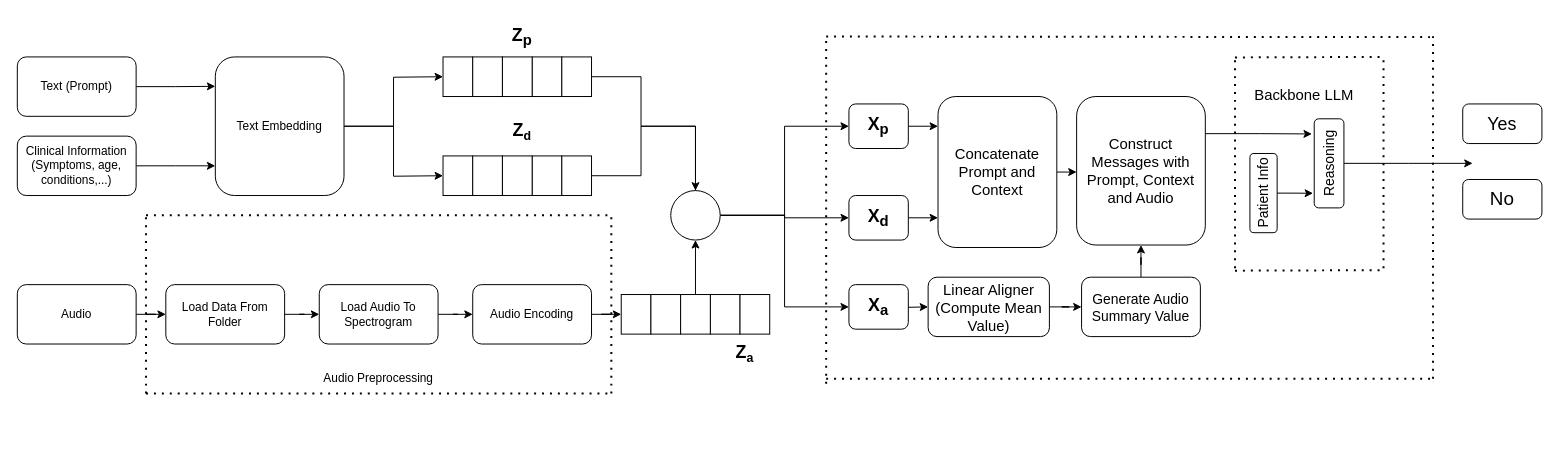
Mancupfire/Audio_in_LLM keeps this draw.io diagram as Untitled Diagram.drawio. Above is the earlier version. Source tidied: cells renumbered, new cells numbered last; positions are measured from the earlier drawing's top-left corner, leaving out a move shared by most shapes. Both pictures are drawn from the tidied source at 99%, with x=0, y=0 at pixel (17, 17).
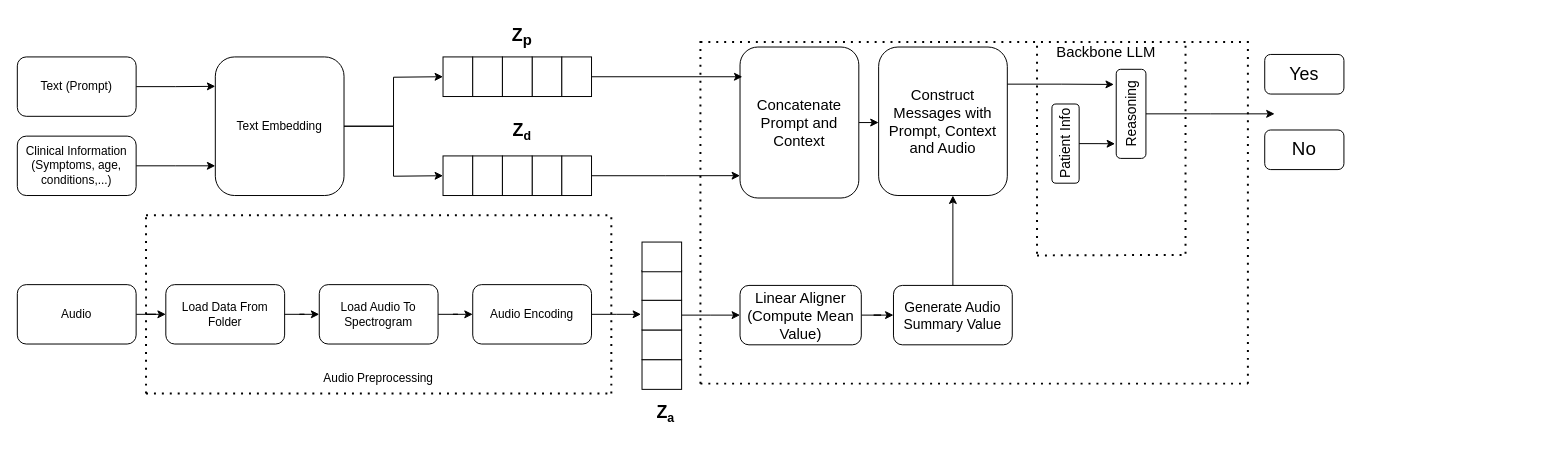
The same page after the edit.

The change refers to these unchanged cells:
```xml
<mxCell id="16" value="Audio Encoding" style="rounded=1;whiteSpace=wrap;html=1;" parent="1" vertex="1">
  <mxGeometry x="460" y="270" width="120" height="60" as="geometry" />
</mxCell>
<mxCell id="27" style="rounded=0;whiteSpace=wrap;html=1;" parent="1" vertex="1">
  <mxGeometry x="550" y="40" width="30" height="40" as="geometry" />
</mxCell>
<mxCell id="33" style="rounded=0;whiteSpace=wrap;html=1;" parent="1" vertex="1">
  <mxGeometry x="550" y="140" width="30" height="40" as="geometry" />
</mxCell>
```

The edit, as a diff of the source:
```diff
@@
-    <mxCell id="15" style="edgeStyle=orthogonalEdgeStyle;rounded=0;jettySize=auto;html=1;entryX=0;entryY=0.5;entryDx=0;entryDy=0;" parent="1" edge="1" source="16" target="34">
-      <mxGeometry relative="1" as="geometry" />
-    </mxCell>
+    <mxCell id="76" style="edgeStyle=orthogonalEdgeStyle;rounded=0;jettySize=auto;html=1;" parent="1" edge="1" source="16">
+      <mxGeometry relative="1" as="geometry">
+        <mxPoint x="630" y="300" as="targetPoint" />
+      </mxGeometry>
+    </mxCell>
@@
-    <mxCell id="18" style="endArrow=none;dashed=1;html=1;dashPattern=1 3;strokeWidth=2;rounded=0;" parent="1" edge="1">
-      <mxGeometry relative="1" as="geometry">
-        <mxPoint x="600" y="380" as="sourcePoint" />
-        <mxPoint x="600" y="200" as="targetPoint" />
-      </mxGeometry>
-    </mxCell>
@@
-    <mxCell id="26" style="edgeStyle=orthogonalEdgeStyle;rounded=0;jettySize=auto;html=1;entryX=0.083;entryY=0.221;entryDx=0;entryDy=0;entryPerimeter=0;" parent="1" edge="1" source="27" target="43">
-      <mxGeometry relative="1" as="geometry">
-        <Array as="points">
-          <mxPoint x="630" y="60" />
-          <mxPoint x="630" y="110" />
-          <mxPoint x="685" y="110" />
-          <mxPoint x="685" y="186" />
-        </Array>
-      </mxGeometry>
-    </mxCell>
@@
-    <mxCell id="32" style="edgeStyle=orthogonalEdgeStyle;rounded=0;jettySize=auto;html=1;" parent="1" edge="1" source="33" target="43">
-      <mxGeometry relative="1" as="geometry">
-        <Array as="points">
-          <mxPoint x="630" y="160" />
-          <mxPoint x="630" y="110" />
-          <mxPoint x="685" y="110" />
-        </Array>
-      </mxGeometry>
-    </mxCell>
@@
-    <mxCell id="34" style="rounded=0;whiteSpace=wrap;html=1;" parent="1" vertex="1">
-      <mxGeometry x="610" y="280" width="30" height="40" as="geometry" />
+    <mxCell id="34" style="rounded=0;whiteSpace=wrap;html=1;rotation=-90;" parent="1" vertex="1">
+      <mxGeometry x="636" y="340.8" width="30" height="40" as="geometry" />
     </mxCell>
-    <mxCell id="35" style="rounded=0;whiteSpace=wrap;html=1;" parent="1" vertex="1">
-      <mxGeometry x="640" y="280" width="30" height="40" as="geometry" />
-    </mxCell>
-    <mxCell id="36" style="rounded=0;whiteSpace=wrap;html=1;" parent="1" vertex="1">
-      <mxGeometry x="700" y="280" width="30" height="40" as="geometry" />
-    </mxCell>
-    <mxCell id="37" style="edgeStyle=orthogonalEdgeStyle;rounded=0;jettySize=auto;html=1;" parent="1" edge="1" source="38" target="43">
-      <mxGeometry relative="1" as="geometry" />
-    </mxCell>
-    <mxCell id="38" style="rounded=0;whiteSpace=wrap;html=1;" parent="1" vertex="1">
-      <mxGeometry x="670" y="280" width="30" height="40" as="geometry" />
-    </mxCell>
-    <mxCell id="39" style="rounded=0;whiteSpace=wrap;html=1;" parent="1" vertex="1">
-      <mxGeometry x="730" y="280" width="30" height="40" as="geometry" />
-    </mxCell>
-    <mxCell id="40" style="edgeStyle=orthogonalEdgeStyle;rounded=0;jettySize=auto;html=1;entryX=0;entryY=0.5;entryDx=0;entryDy=0;" parent="1" edge="1" source="43" target="55">
-      <mxGeometry relative="1" as="geometry" />
-    </mxCell>
-    <mxCell id="41" style="edgeStyle=orthogonalEdgeStyle;rounded=0;jettySize=auto;html=1;entryX=0;entryY=0.5;entryDx=0;entryDy=0;" parent="1" edge="1" source="43" target="51">
-      <mxGeometry relative="1" as="geometry" />
-    </mxCell>
-    <mxCell id="42" style="edgeStyle=orthogonalEdgeStyle;rounded=0;jettySize=auto;html=1;entryX=0;entryY=0.5;entryDx=0;entryDy=0;" parent="1" edge="1" source="43" target="53">
-      <mxGeometry relative="1" as="geometry" />
-    </mxCell>
-    <mxCell id="43" style="ellipse;whiteSpace=wrap;html=1;" parent="1" vertex="1">
-      <mxGeometry x="660" y="175" width="50" height="50" as="geometry" />
-    </mxCell>
@@
-    <mxCell id="45" value="&lt;b&gt;&lt;font style=&quot;font-size: 18px;&quot;&gt;Z&lt;/font&gt;&lt;font style=&quot;font-size: 15px;&quot;&gt;&lt;sub&gt;a&lt;/sub&gt;&lt;/font&gt;&lt;/b&gt;" style="text;html=1;align=center;verticalAlign=middle;whiteSpace=wrap;rounded=0;" parent="1" vertex="1">
-      <mxGeometry x="700" y="320" width="70" height="40" as="geometry" />
+    <mxCell id="45" value="&lt;b&gt;&lt;font style=&quot;font-size: 18px;&quot;&gt;Z&lt;/font&gt;&lt;font style=&quot;font-size: 15px;&quot;&gt;&lt;sub&gt;a&lt;/sub&gt;&lt;/font&gt;&lt;/b&gt;" style="text;html=1;align=center;verticalAlign=middle;whiteSpace=wrap;rounded=0;rotation=0;" parent="1" vertex="1">
+      <mxGeometry x="620" y="380" width="70" height="40" as="geometry" />
     </mxCell>
@@
     <mxCell id="47" style="endArrow=none;dashed=1;html=1;dashPattern=1 3;strokeWidth=2;rounded=0;" parent="1" edge="1">
       <mxGeometry relative="1" as="geometry">
-        <mxPoint x="817" y="365" as="sourcePoint" />
-        <mxPoint x="1430" y="365" as="targetPoint" />
+        <mxPoint x="690" y="370" as="sourcePoint" />
+        <mxPoint x="1243" y="370" as="targetPoint" />
       </mxGeometry>
     </mxCell>
     <mxCell id="48" style="endArrow=none;dashed=1;html=1;dashPattern=1 3;strokeWidth=2;rounded=0;" parent="1" edge="1">
       <mxGeometry relative="1" as="geometry">
-        <mxPoint x="817" y="370" as="sourcePoint" />
-        <mxPoint x="817" y="20" as="targetPoint" />
+        <mxPoint x="690" y="370" as="sourcePoint" />
+        <mxPoint x="690" y="20" as="targetPoint" />
       </mxGeometry>
     </mxCell>
     <mxCell id="49" style="endArrow=none;dashed=1;html=1;dashPattern=1 3;strokeWidth=2;rounded=0;" parent="1" edge="1">
       <mxGeometry relative="1" as="geometry">
-        <mxPoint x="817" y="19.4" as="sourcePoint" />
-        <mxPoint x="1430" y="20" as="targetPoint" />
+        <mxPoint x="690" y="25" as="sourcePoint" />
+        <mxPoint x="1243" y="25" as="targetPoint" />
       </mxGeometry>
     </mxCell>
-    <mxCell id="50" style="edgeStyle=orthogonalEdgeStyle;rounded=0;jettySize=auto;html=1;exitX=1;exitY=0.5;exitDx=0;exitDy=0;" parent="1" edge="1" source="51">
-      <mxGeometry relative="1" as="geometry">
-        <mxPoint x="930" y="203" as="targetPoint" />
-      </mxGeometry>
-    </mxCell>
-    <mxCell id="51" value="&lt;b&gt;&lt;font style=&quot;font-size: 18px;&quot;&gt;X&lt;sub style=&quot;&quot;&gt;d&lt;/sub&gt;&lt;/font&gt;&lt;/b&gt;" style="rounded=1;whiteSpace=wrap;html=1;" parent="1" vertex="1">
-      <mxGeometry x="840" y="180" width="60" height="45" as="geometry" />
-    </mxCell>
-    <mxCell id="52" style="edgeStyle=orthogonalEdgeStyle;rounded=0;jettySize=auto;html=1;" parent="1" edge="1" source="53">
-      <mxGeometry relative="1" as="geometry">
-        <mxPoint x="930" y="110" as="targetPoint" />
-      </mxGeometry>
-    </mxCell>
-    <mxCell id="53" value="&lt;b&gt;&lt;font style=&quot;font-size: 18px;&quot;&gt;X&lt;sub style=&quot;&quot;&gt;p&lt;/sub&gt;&lt;/font&gt;&lt;/b&gt;" style="rounded=1;whiteSpace=wrap;html=1;" parent="1" vertex="1">
-      <mxGeometry x="840" y="87.5" width="60" height="45" as="geometry" />
-    </mxCell>
-    <mxCell id="54" style="edgeStyle=orthogonalEdgeStyle;rounded=0;jettySize=auto;html=1;entryX=0;entryY=0.5;entryDx=0;entryDy=0;" parent="1" edge="1" target="57">
-      <mxGeometry relative="1" as="geometry">
-        <mxPoint x="870" y="292.5" as="sourcePoint" />
-      </mxGeometry>
-    </mxCell>
-    <mxCell id="55" value="&lt;b&gt;&lt;font style=&quot;font-size: 18px;&quot;&gt;X&lt;sub style=&quot;&quot;&gt;a&lt;/sub&gt;&lt;/font&gt;&lt;/b&gt;" style="rounded=1;whiteSpace=wrap;html=1;" parent="1" vertex="1">
-      <mxGeometry x="840" y="270" width="60" height="45" as="geometry" />
-    </mxCell>
@@
     <mxCell id="57" value="&lt;font style=&quot;font-size: 15px;&quot;&gt;Linear Aligner&lt;/font&gt;&lt;div&gt;&lt;font style=&quot;font-size: 15px;&quot;&gt;(Compute Mean Value)&lt;/font&gt;&lt;/div&gt;" style="rounded=1;whiteSpace=wrap;html=1;" parent="1" vertex="1">
-      <mxGeometry x="920" y="262.5" width="122.5" height="60" as="geometry" />
+      <mxGeometry x="730" y="270.8" width="122.5" height="60" as="geometry" />
     </mxCell>
-    <mxCell id="58" style="edgeStyle=orthogonalEdgeStyle;rounded=0;jettySize=auto;html=1;entryX=0.5;entryY=1;entryDx=0;entryDy=0;" parent="1" edge="1" source="59" target="62">
-      <mxGeometry relative="1" as="geometry" />
-    </mxCell>
     <mxCell id="59" value="&lt;span style=&quot;font-size: 14px;&quot;&gt;Generate Audio Summary Value&lt;/span&gt;" style="rounded=1;whiteSpace=wrap;html=1;" parent="1" vertex="1">
-      <mxGeometry x="1075" y="262.5" width="120" height="60" as="geometry" />
+      <mxGeometry x="885" y="270.8" width="120" height="60" as="geometry" />
     </mxCell>
     <mxCell id="60" style="edgeStyle=orthogonalEdgeStyle;rounded=0;jettySize=auto;html=1;" parent="1" edge="1" source="61">
       <mxGeometry relative="1" as="geometry">
-        <mxPoint x="1070" y="156.2" as="targetPoint" />
+        <mxPoint x="870" y="106.2" as="targetPoint" />
       </mxGeometry>
     </mxCell>
     <mxCell id="61" value="&lt;font style=&quot;font-size: 15px;&quot;&gt;Concatenate Prompt and Context&lt;/font&gt;" style="rounded=1;whiteSpace=wrap;html=1;" parent="1" vertex="1">
-      <mxGeometry x="930" y="80" width="120" height="152.5" as="geometry" />
+      <mxGeometry x="730" y="30" width="120" height="152.5" as="geometry" />
     </mxCell>
     <mxCell id="62" value="&lt;font style=&quot;font-size: 15px;&quot;&gt;Construct Messages with Prompt, Context and Audio&lt;/font&gt;" style="rounded=1;whiteSpace=wrap;html=1;" parent="1" vertex="1">
-      <mxGeometry x="1070" y="80" width="130" height="150" as="geometry" />
+      <mxGeometry x="870" y="30" width="130" height="150" as="geometry" />
     </mxCell>
     <mxCell id="63" style="edgeStyle=orthogonalEdgeStyle;rounded=0;jettySize=auto;html=1;" parent="1" edge="1" source="64">
       <mxGeometry relative="1" as="geometry">
-        <mxPoint x="1470" y="147.5" as="targetPoint" />
+        <mxPoint x="1270" y="97.5" as="targetPoint" />
       </mxGeometry>
     </mxCell>
     <mxCell id="64" value="&lt;font style=&quot;font-size: 14px;&quot;&gt;Reasoning&lt;/font&gt;" style="rounded=1;whiteSpace=wrap;html=1;rotation=-90;" parent="1" vertex="1">
-      <mxGeometry x="1280" y="132.5" width="90" height="30" as="geometry" />
+      <mxGeometry x="1080" y="82.5" width="90" height="30" as="geometry" />
     </mxCell>
     <mxCell id="65" value="&lt;font style=&quot;font-size: 15px;&quot;&gt;Backbone LLM&lt;/font&gt;" style="text;html=1;align=center;verticalAlign=middle;whiteSpace=wrap;rounded=0;" parent="1" vertex="1">
-      <mxGeometry x="1240" y="63.4" width="120" height="30" as="geometry" />
+      <mxGeometry x="1040" y="20" width="120" height="30" as="geometry" />
     </mxCell>
     <mxCell id="66" value="&lt;font style=&quot;font-size: 14px;&quot;&gt;Patient Info&lt;/font&gt;" style="rounded=1;whiteSpace=wrap;html=1;rotation=-90;" parent="1" vertex="1">
-      <mxGeometry x="1218.8" y="163.8" width="80" height="27.5" as="geometry" />
+      <mxGeometry x="1018.8" y="113.8" width="80" height="27.5" as="geometry" />
     </mxCell>
     <mxCell id="67" style="endArrow=none;dashed=1;html=1;dashPattern=1 3;strokeWidth=2;rounded=0;" parent="1" edge="1">
       <mxGeometry relative="1" as="geometry">
-        <mxPoint x="1230" y="253.4" as="sourcePoint" />
-        <mxPoint x="1230" y="43.4" as="targetPoint" />
+        <mxPoint x="1030" y="238.8" as="sourcePoint" />
+        <mxPoint x="1030" y="28.8" as="targetPoint" />
       </mxGeometry>
     </mxCell>
     <mxCell id="68" style="endArrow=none;dashed=1;html=1;dashPattern=1 3;strokeWidth=2;rounded=0;" parent="1" edge="1">
       <mxGeometry relative="1" as="geometry">
-        <mxPoint x="1380" y="253.4" as="sourcePoint" />
-        <mxPoint x="1380" y="43.4" as="targetPoint" />
+        <mxPoint x="1180" y="238.8" as="sourcePoint" />
+        <mxPoint x="1180" y="28.8" as="targetPoint" />
       </mxGeometry>
     </mxCell>
     <mxCell id="69" style="endArrow=none;dashed=1;html=1;dashPattern=1 3;strokeWidth=2;rounded=0;" parent="1" edge="1">
       <mxGeometry relative="1" as="geometry">
-        <mxPoint x="1230" y="255.9" as="sourcePoint" />
-        <mxPoint x="1380" y="255.4" as="targetPoint" />
+        <mxPoint x="1030" y="240.5" as="sourcePoint" />
+        <mxPoint x="1180" y="240" as="targetPoint" />
       </mxGeometry>
     </mxCell>
@@
-    <mxCell id="72" style="endArrow=none;dashed=1;html=1;dashPattern=1 3;strokeWidth=2;rounded=0;" parent="1" edge="1">
-      <mxGeometry relative="1" as="geometry">
-        <mxPoint x="1230" y="40.5" as="sourcePoint" />
-        <mxPoint x="1380" y="40" as="targetPoint" />
-      </mxGeometry>
-    </mxCell>
     <mxCell id="73" style="endArrow=none;dashed=1;html=1;dashPattern=1 3;strokeWidth=2;rounded=0;" parent="1" edge="1">
       <mxGeometry relative="1" as="geometry">
-        <mxPoint x="1430" y="365" as="sourcePoint" />
-        <mxPoint x="1430" y="15" as="targetPoint" />
+        <mxPoint x="1243" y="370" as="sourcePoint" />
+        <mxPoint x="1243" y="20" as="targetPoint" />
       </mxGeometry>
     </mxCell>
     <mxCell id="74" value="&lt;font style=&quot;font-size: 19px;&quot;&gt;No&lt;/font&gt;" style="rounded=1;whiteSpace=wrap;html=1;" parent="1" vertex="1">
-      <mxGeometry x="1460" y="163.8" width="80" height="40" as="geometry" />
+      <mxGeometry x="1260" y="113.8" width="80" height="40" as="geometry" />
     </mxCell>
     <mxCell id="75" value="&lt;font style=&quot;font-size: 18px;&quot;&gt;Yes&lt;/font&gt;" style="rounded=1;whiteSpace=wrap;html=1;" parent="1" vertex="1">
-      <mxGeometry x="1460" y="87.5" width="80" height="40" as="geometry" />
+      <mxGeometry x="1260" y="37.5" width="80" height="40" as="geometry" />
     </mxCell>
+    <mxCell id="77" style="rounded=0;whiteSpace=wrap;html=1;rotation=-90;" parent="1" vertex="1">
+      <mxGeometry x="636" y="310.8" width="30" height="40" as="geometry" />
+    </mxCell>
+    <mxCell id="78" style="edgeStyle=orthogonalEdgeStyle;rounded=0;jettySize=auto;html=1;" parent="1" edge="1" source="79">
+      <mxGeometry relative="1" as="geometry">
+        <mxPoint x="730" y="300.8" as="targetPoint" />
+      </mxGeometry>
+    </mxCell>
+    <mxCell id="79" style="rounded=0;whiteSpace=wrap;html=1;rotation=-90;" parent="1" vertex="1">
+      <mxGeometry x="636" y="280.8" width="30" height="40" as="geometry" />
+    </mxCell>
+    <mxCell id="80" style="rounded=0;whiteSpace=wrap;html=1;rotation=-90;" parent="1" vertex="1">
+      <mxGeometry x="636" y="250.8" width="30" height="40" as="geometry" />
+    </mxCell>
+    <mxCell id="81" style="rounded=0;whiteSpace=wrap;html=1;rotation=-90;" parent="1" vertex="1">
+      <mxGeometry x="636" y="222" width="30" height="40" as="geometry" />
+    </mxCell>
+    <mxCell id="82" style="endArrow=none;dashed=1;html=1;dashPattern=1 3;strokeWidth=2;rounded=0;" parent="1" edge="1">
+      <mxGeometry relative="1" as="geometry">
+        <mxPoint x="600" y="380" as="sourcePoint" />
+        <mxPoint x="600" y="200" as="targetPoint" />
+      </mxGeometry>
+    </mxCell>
+    <mxCell id="83" style="edgeStyle=orthogonalEdgeStyle;rounded=0;jettySize=auto;html=1;entryX=0.02;entryY=0.197;entryDx=0;entryDy=0;entryPerimeter=0;" parent="1" edge="1" source="27" target="61">
+      <mxGeometry relative="1" as="geometry" />
+    </mxCell>
+    <mxCell id="84" style="edgeStyle=orthogonalEdgeStyle;rounded=0;jettySize=auto;html=1;entryX=0;entryY=0.852;entryDx=0;entryDy=0;entryPerimeter=0;" parent="1" edge="1" source="33" target="61">
+      <mxGeometry relative="1" as="geometry" />
+    </mxCell>
+    <mxCell id="58" style="edgeStyle=orthogonalEdgeStyle;rounded=0;jettySize=auto;html=1;entryX=0.577;entryY=1;entryDx=0;entryDy=0;entryPerimeter=0;" parent="1" edge="1" source="59" target="62">
+      <mxGeometry relative="1" as="geometry" />
+    </mxCell>
```
